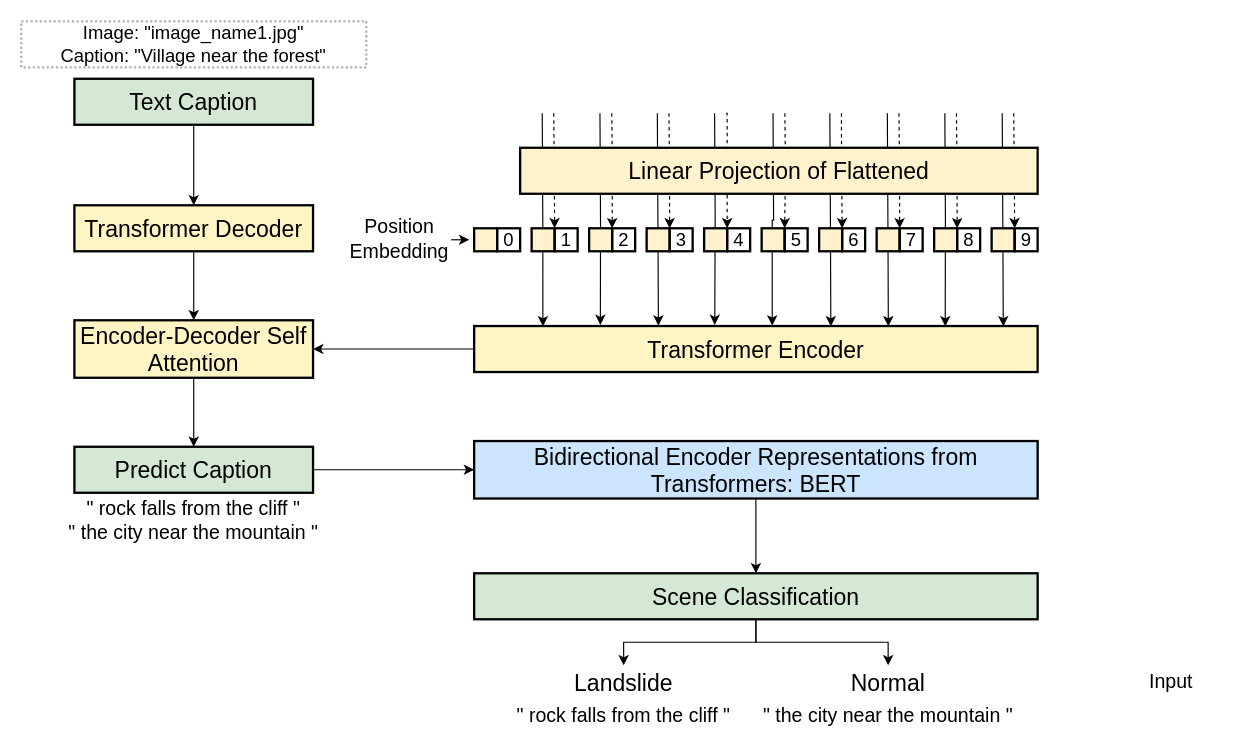
MingNarongthat/Anomaly_Transformers keeps this draw.io diagram as page "Architecture Flow Classification" (3 of 7) of Architecture.drawio. Above is the earlier version. Source tidied: cells renumbered, new cells numbered last; positions are measured from the earlier drawing's top-left corner, leaving out a move shared by most shapes. Both pictures are drawn from the tidied source at 115%, with x=0, y=0 at pixel (-795, 21).
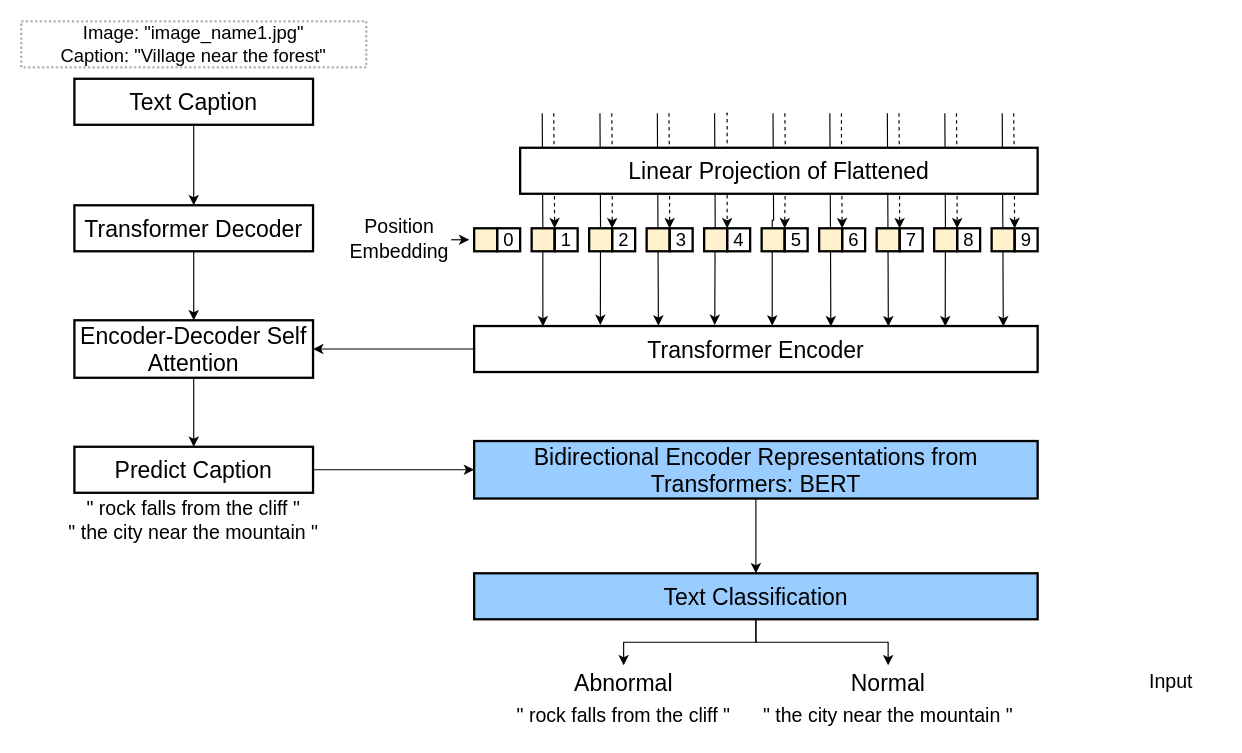
The same page after the edit.

What changed in the source:
```diff
@@
-    <mxCell id="23" value="Text Caption" style="rounded=0;whiteSpace=wrap;html=1;strokeColor=#000000;strokeWidth=2;fillColor=#D5E8D4;gradientColor=none;fontSize=20;" parent="1" vertex="1">
+    <mxCell id="23" value="Text Caption" style="rounded=0;whiteSpace=wrap;html=1;strokeWidth=2;fontSize=20;" parent="1" vertex="1">
       <mxGeometry x="755.2" y="50" width="207.5" height="40" as="geometry" />
     </mxCell>
@@
-    <mxCell id="25" value="Predict Caption" style="rounded=0;whiteSpace=wrap;html=1;strokeColor=#000000;strokeWidth=2;fillColor=#D5E8D4;gradientColor=none;fontSize=20;" parent="1" vertex="1">
+    <mxCell id="25" value="Predict Caption" style="rounded=0;whiteSpace=wrap;html=1;strokeWidth=2;fontSize=20;" parent="1" vertex="1">
       <mxGeometry x="755.2" y="370" width="207.5" height="40" as="geometry" />
     </mxCell>
@@
-    <mxCell id="28" value="Transformer Decoder" style="rounded=0;whiteSpace=wrap;html=1;strokeColor=#000000;strokeWidth=2;fillColor=#FFF4C3;gradientColor=none;fontSize=20;" parent="1" vertex="1">
+    <mxCell id="28" value="Transformer Decoder" style="rounded=0;whiteSpace=wrap;html=1;strokeWidth=2;fontSize=20;" parent="1" vertex="1">
       <mxGeometry x="755.2" y="160" width="207.5" height="40" as="geometry" />
     </mxCell>
-    <mxCell id="29" value="Linear Projection of Flattened" style="rounded=0;whiteSpace=wrap;html=1;strokeColor=#000000;strokeWidth=2;fillColor=#FFF2CC;gradientColor=none;fontSize=20;" parent="1" vertex="1">
+    <mxCell id="29" value="Linear Projection of Flattened" style="rounded=0;whiteSpace=wrap;html=1;strokeWidth=2;fontSize=20;" parent="1" vertex="1">
       <mxGeometry x="1142.8" y="110" width="450" height="40" as="geometry" />
     </mxCell>
@@
-    <mxCell id="31" value="Transformer Encoder" style="rounded=0;whiteSpace=wrap;html=1;strokeColor=#000000;strokeWidth=2;fillColor=#FFF4C3;gradientColor=none;fontSize=20;" parent="1" vertex="1">
+    <mxCell id="31" value="Transformer Encoder" style="rounded=0;whiteSpace=wrap;html=1;strokeWidth=2;fontSize=20;" parent="1" vertex="1">
       <mxGeometry x="1102.8" y="265" width="490" height="40" as="geometry" />
     </mxCell>
@@
-    <mxCell id="33" value="Bidirectional Encoder Representations from Transformers: BERT" style="rounded=0;whiteSpace=wrap;html=1;strokeColor=#000000;strokeWidth=2;fillColor=#CCE5FF;gradientColor=none;fontSize=20;" parent="1" vertex="1">
+    <mxCell id="33" value="Bidirectional Encoder Representations from Transformers: BERT" style="rounded=0;whiteSpace=wrap;html=1;strokeColor=#000000;strokeWidth=2;fillColor=#99CCFF;gradientColor=none;fontSize=20;" parent="1" vertex="1">
       <mxGeometry x="1102.8" y="365" width="490" height="50" as="geometry" />
     </mxCell>
@@
-    <mxCell id="36" value="Scene Classification" style="rounded=0;whiteSpace=wrap;html=1;strokeColor=#000000;strokeWidth=2;fillColor=#D5E8D4;gradientColor=none;fontSize=20;" parent="1" vertex="1">
+    <mxCell id="36" value="Text Classification" style="rounded=0;whiteSpace=wrap;html=1;strokeColor=#000000;strokeWidth=2;fillColor=#99CCFF;gradientColor=none;fontSize=20;" parent="1" vertex="1">
       <mxGeometry x="1102.8" y="480" width="490" height="40" as="geometry" />
     </mxCell>
@@
-    <mxCell id="41" value="Encoder-Decoder Self Attention" style="rounded=0;whiteSpace=wrap;html=1;strokeColor=#000000;strokeWidth=2;fillColor=#FFF4C3;gradientColor=none;fontSize=20;flipH=0;flipV=0;" parent="1" vertex="1">
+    <mxCell id="41" value="Encoder-Decoder Self Attention" style="rounded=0;whiteSpace=wrap;html=1;strokeWidth=2;fontSize=20;flipH=0;flipV=0;" parent="1" vertex="1">
       <mxGeometry x="755.2" y="260" width="207.5" height="50" as="geometry" />
     </mxCell>
@@
-    <mxCell id="62" value="Landslide" style="rounded=0;whiteSpace=wrap;html=1;fontSize=20;fillColor=none;strokeColor=none;align=center;" parent="1" vertex="1">
+    <mxCell id="62" value="Abnormal" style="rounded=0;whiteSpace=wrap;html=1;fontSize=20;fillColor=none;strokeColor=none;align=center;" parent="1" vertex="1">
       <mxGeometry x="1187.8" y="560" width="90" height="30" as="geometry" />
     </mxCell>
```
